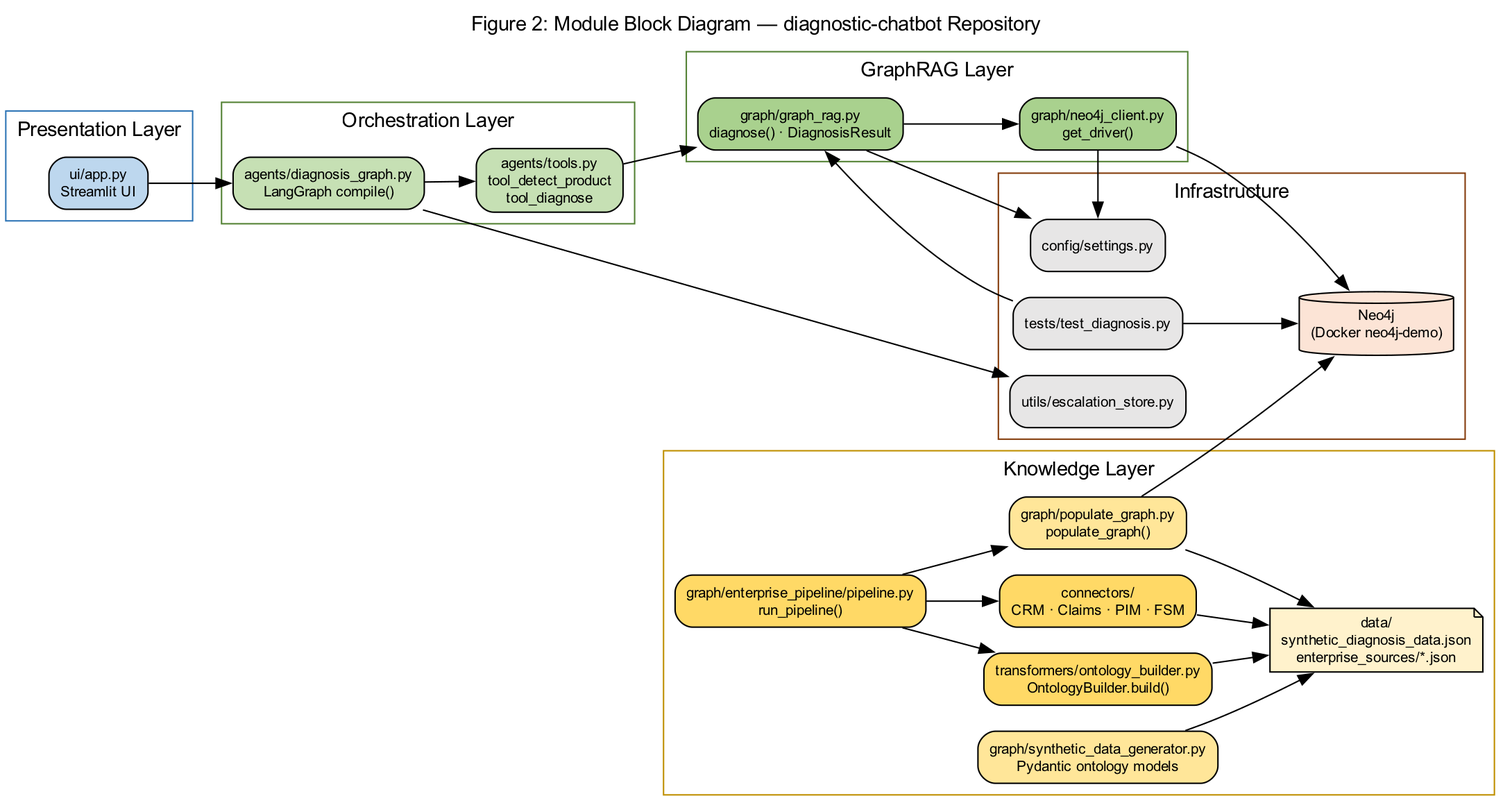
Above: docs/graphviz/rendered/png/02-module-block.png in dhirajtiwari/vision-RL-coda-notebooks (Graphviz), before the change. Its source is kept beside it as docs/graphviz/02-module-block.dot. Its diagram source:
```dot
digraph ModuleBlock {
  graph [
    rankdir=LR
    label="Figure 2: Module Block Diagram — diagnostic-chatbot Repository"
    labelloc=t
    fontsize=14
    fontname="Arial"
    bgcolor="white"
  ]
  node [shape=box, style="rounded,filled", fontname="Arial", fontsize=10]
  edge [fontname="Arial", fontsize=9]

  subgraph cluster_presentation {
    label="Presentation Layer"
    color="#2E75B6"
    UI [label="ui/app.py\nStreamlit UI", fillcolor="#BDD7EE"]
  }

  subgraph cluster_orchestration {
    label="Orchestration Layer"
    color="#548235"
    DG [label="agents/diagnosis_graph.py\nLangGraph compile()", fillcolor="#C6E0B4"]
    Tools [label="agents/tools.py\ntool_detect_product\ntool_diagnose", fillcolor="#C6E0B4"]
  }

  subgraph cluster_reasoning {
    label="GraphRAG Layer"
    color="#548235"
    GR [label="graph/graph_rag.py\ndiagnose() · DiagnosisResult", fillcolor="#A9D18E"]
    NC [label="graph/neo4j_client.py\nget_driver()", fillcolor="#A9D18E"]
  }

  subgraph cluster_knowledge {
    label="Knowledge Layer"
    color="#BF8F00"
    PG [label="graph/populate_graph.py\npopulate_graph()", fillcolor="#FFE699"]
    SDG [label="graph/synthetic_data_generator.py\nPydantic ontology models", fillcolor="#FFE699"]
    EP [label="graph/enterprise_pipeline/pipeline.py\nrun_pipeline()", fillcolor="#FFD966"]
    OB [label="transformers/ontology_builder.py\nOntologyBuilder.build()", fillcolor="#FFD966"]
    Conn [label="connectors/\nCRM · Claims · PIM · FSM", fillcolor="#FFD966"]
    Data [label="data/\nsynthetic_diagnosis_data.json\nenterprise_sources/*.json", shape=note, fillcolor="#FFF2CC"]
  }

  subgraph cluster_infra {
    label="Infrastructure"
    color="#843C0C"
    Neo4j [label="Neo4j\n(Docker neo4j-demo)", shape=cylinder, fillcolor="#FCE4D6"]
    Config [label="config/settings.py", fillcolor="#E7E6E6"]
    Esc [label="utils/escalation_store.py", fillcolor="#E7E6E6"]
    Tests [label="tests/test_diagnosis.py", fillcolor="#E7E6E6"]
  }

  UI -> DG
  DG -> Tools
  Tools -> GR
  GR -> NC
  NC -> Neo4j

  EP -> Conn
  Conn -> Data
  EP -> OB
  OB -> Data
  EP -> PG
  SDG -> Data
  PG -> Neo4j
  PG -> Data

  DG -> Esc
  GR -> Config
  NC -> Config
  Tests -> GR
  Tests -> Neo4j
}
```
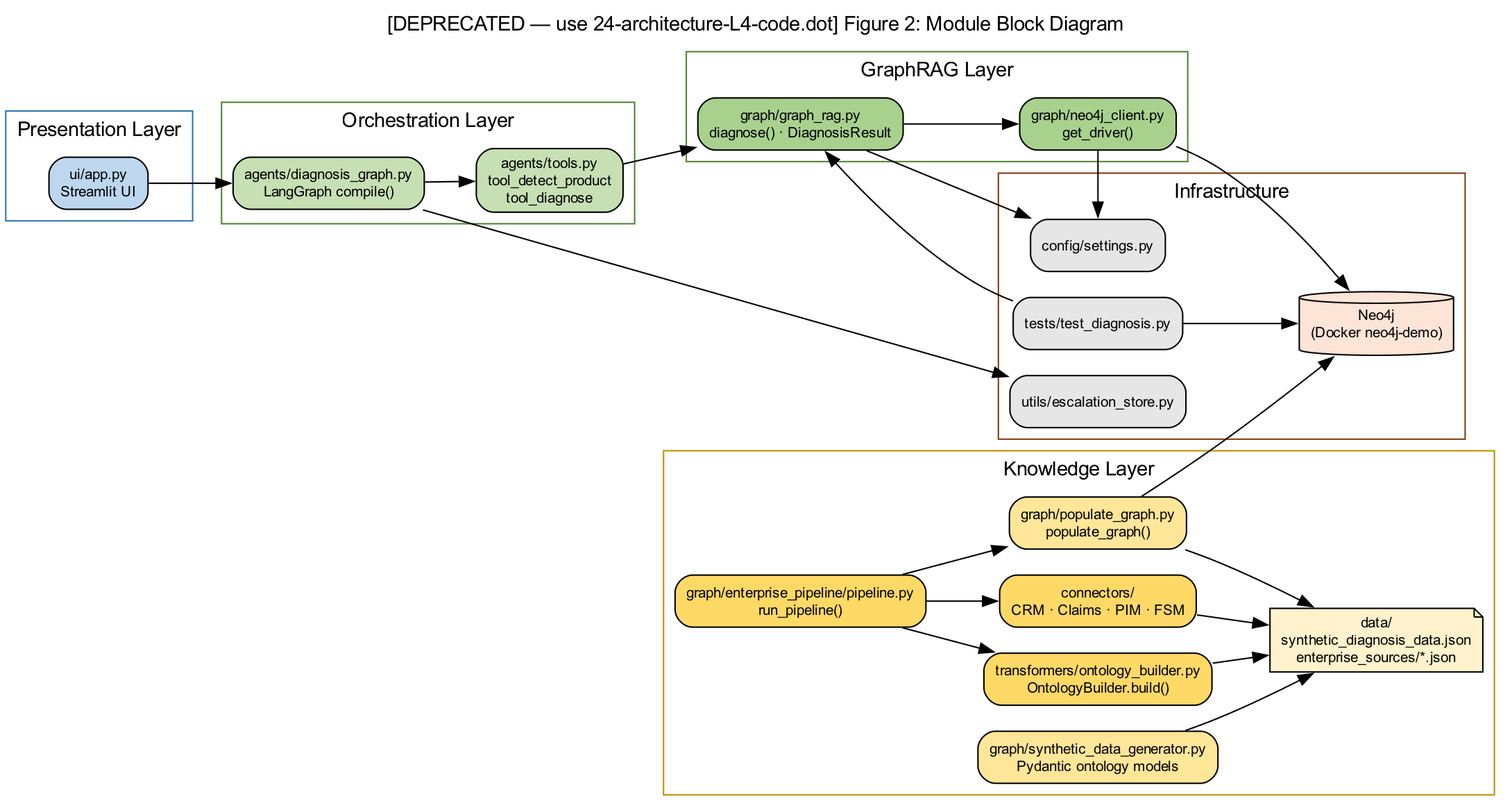
After the change.

What changed in the source:
```diff
@@ -1,7 +1,7 @@
 digraph ModuleBlock {
   graph [
     rankdir=LR
-    label="Figure 2: Module Block Diagram — diagnostic-chatbot Repository"
+    label="[DEPRECATED — use 24-architecture-L4-code.dot] Figure 2: Module Block Diagram"
     labelloc=t
     fontsize=14
     fontname="Arial"
```
